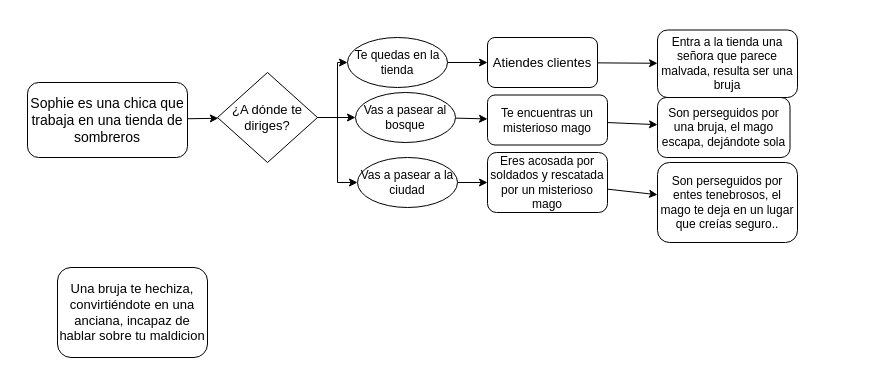
The draw.io diagram Untitled Diagram.drawio in delfinapinto/pmiw, before the edit. Source tidied: cells renumbered, new cells numbered last; positions are measured from the earlier drawing's top-left corner, leaving out a move shared by most shapes. Both pictures are drawn from the tidied source at 100%, with x=0, y=0 at pixel (27, 29).
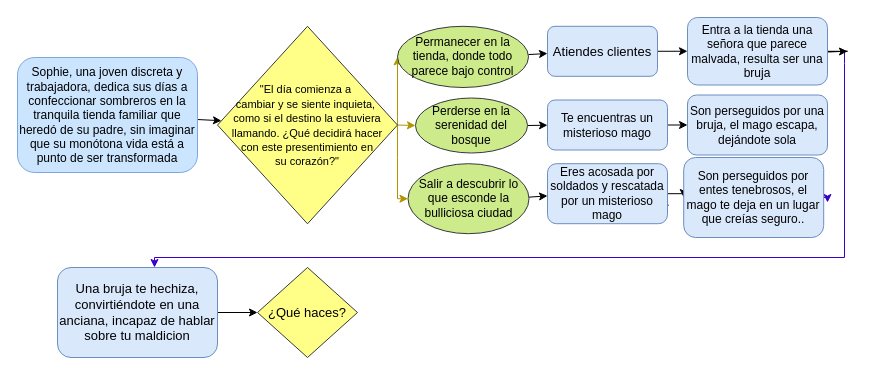
The same diagram, later.

Change to the diagram source:
```diff
@@
-    <mxCell id="2" style="rounded=0;jettySize=auto;html=1;" parent="1" edge="1" source="3" target="7">
+    <mxCell id="2" style="rounded=0;jettySize=auto;html=1;fillColor=#1ba1e2;strokeColor=#000000;" parent="1" edge="1" source="3" target="7">
       <mxGeometry relative="1" as="geometry" />
     </mxCell>
-    <mxCell id="3" value="&lt;font style=&quot;font-size: 14px;&quot;&gt;Sophie es una chica que trabaja en una tienda de sombreros&lt;/font&gt;" style="rounded=1;whiteSpace=wrap;html=1;fontSize=12;glass=0;strokeWidth=1;shadow=0;" parent="1" vertex="1">
-      <mxGeometry y="53" width="160" height="75" as="geometry" />
+    <mxCell id="3" value="Sophie, una joven discreta y trabajadora, dedica sus días a confeccionar sombreros en la tranquila tienda familiar que heredó de su padre, sin imaginar que su monótona vida está a punto de ser transformada" style="rounded=1;whiteSpace=wrap;html=1;fontSize=12;glass=0;strokeWidth=1;shadow=0;fillColor=#cce5ff;strokeColor=#7EA6E0;" parent="1" vertex="1">
+      <mxGeometry x="-10" y="28" width="180" height="115" as="geometry" />
     </mxCell>
-    <mxCell id="4" style="edgeStyle=orthogonalEdgeStyle;rounded=0;jettySize=auto;html=1;exitX=1;exitY=0.5;exitDx=0;exitDy=0;entryX=0;entryY=0.5;entryDx=0;entryDy=0;" parent="1" edge="1" source="7" target="9">
+    <mxCell id="4" style="rounded=0;jettySize=auto;html=1;exitX=1;exitY=0.5;exitDx=0;exitDy=0;entryX=0;entryY=0.5;entryDx=0;entryDy=0;fillColor=#e3c800;strokeColor=#B09500;" parent="1" edge="1" source="7" target="9">
       <mxGeometry relative="1" as="geometry" />
     </mxCell>
-    <mxCell id="5" style="rounded=0;jettySize=auto;html=1;exitX=1;exitY=0.5;exitDx=0;exitDy=0;entryX=0;entryY=0.5;entryDx=0;entryDy=0;" parent="1" edge="1" source="7" target="11">
+    <mxCell id="5" style="rounded=0;jettySize=auto;html=1;exitX=1;exitY=0.5;exitDx=0;exitDy=0;entryX=0;entryY=0.5;entryDx=0;entryDy=0;fillColor=#e3c800;strokeColor=#B09500;" parent="1" edge="1" source="7" target="11">
       <mxGeometry relative="1" as="geometry" />
     </mxCell>
-    <mxCell id="6" style="edgeStyle=orthogonalEdgeStyle;rounded=0;jettySize=auto;html=1;exitX=1;exitY=0.5;exitDx=0;exitDy=0;entryX=0;entryY=0.5;entryDx=0;entryDy=0;" parent="1" edge="1" source="7" target="13">
-      <mxGeometry relative="1" as="geometry" />
+    <mxCell id="6" style="edgeStyle=orthogonalEdgeStyle;rounded=0;jettySize=auto;html=1;exitX=1;exitY=0.5;exitDx=0;exitDy=0;entryX=0;entryY=0.5;entryDx=0;entryDy=0;fillColor=#e3c800;strokeColor=#B09500;" parent="1" edge="1" source="7" target="13">
+      <mxGeometry relative="1" as="geometry">
+        <Array as="points">
+          <mxPoint x="370" y="128" />
+          <mxPoint x="370" y="128" />
+        </Array>
+      </mxGeometry>
     </mxCell>
-    <mxCell id="7" value="&lt;font style=&quot;font-size: 13px;&quot;&gt;¿A dónde te diriges?&lt;/font&gt;" style="rhombus;whiteSpace=wrap;html=1;" parent="1" vertex="1">
-      <mxGeometry x="190" y="43" width="100" height="90" as="geometry" />
+    <mxCell id="7" value="&lt;font style=&quot;font-size: 11px;&quot;&gt;&quot;El día comienza a&amp;nbsp;&lt;/font&gt;&lt;div&gt;&lt;span style=&quot;font-size: 11px; background-color: initial;&quot;&gt;cambiar&lt;/span&gt;&lt;span style=&quot;font-size: 11px; background-color: initial;&quot;&gt;&amp;nbsp;y se siente inquieta,&amp;nbsp;&lt;/span&gt;&lt;/div&gt;&lt;div&gt;&lt;span style=&quot;font-size: 11px; background-color: initial;&quot;&gt;como si&amp;nbsp;&lt;/span&gt;&lt;span style=&quot;font-size: 11px; background-color: initial;&quot;&gt;el destino la estuviera llamando. ¿Qué decidirá hacer&lt;/span&gt;&lt;/div&gt;&lt;div&gt;&lt;span style=&quot;font-size: 11px; background-color: initial;&quot;&gt;&amp;nbsp;con este presentimiento en&amp;nbsp;&lt;/span&gt;&lt;/div&gt;&lt;div&gt;&lt;span style=&quot;font-size: 11px; background-color: initial;&quot;&gt;su corazón?&quot;&lt;/span&gt;&lt;/div&gt;" style="rhombus;whiteSpace=wrap;html=1;fillColor=#ffff88;strokeColor=#36393d;" parent="1" vertex="1">
+      <mxGeometry x="190" y="-3.2" width="180" height="197.5" as="geometry" />
     </mxCell>
-    <mxCell id="8" style="edgeStyle=orthogonalEdgeStyle;rounded=0;jettySize=auto;html=1;" parent="1" edge="1" source="9" target="15">
+    <mxCell id="8" style="rounded=0;jettySize=auto;html=1;fillColor=#60a917;strokeColor=#000000;" parent="1" edge="1" source="9" target="15">
       <mxGeometry relative="1" as="geometry" />
     </mxCell>
-    <mxCell id="9" value="Te quedas en la tienda" style="ellipse;whiteSpace=wrap;html=1;" parent="1" vertex="1">
-      <mxGeometry x="320" y="8" width="100" height="50" as="geometry" />
+    <mxCell id="9" value="Permanecer en la tienda, donde todo parece bajo control" style="ellipse;whiteSpace=wrap;html=1;fillColor=#cdeb8b;strokeColor=#36393d;" parent="1" vertex="1">
+      <mxGeometry x="370" y="-3.2" width="131" height="61.2" as="geometry" />
     </mxCell>
-    <mxCell id="10" style="rounded=0;jettySize=auto;html=1;" parent="1" edge="1" source="11" target="17">
+    <mxCell id="10" style="rounded=0;jettySize=auto;html=1;fillColor=#60a917;strokeColor=#000000;" parent="1" edge="1" source="11" target="17">
       <mxGeometry relative="1" as="geometry" />
     </mxCell>
-    <mxCell id="11" value="Vas a pasear al bosque" style="ellipse;whiteSpace=wrap;html=1;" parent="1" vertex="1">
-      <mxGeometry x="328" y="63" width="100" height="50" as="geometry" />
+    <mxCell id="11" value="Perderse en la serenidad del bosque" style="ellipse;whiteSpace=wrap;html=1;fillColor=#cdeb8b;strokeColor=#36393d;" parent="1" vertex="1">
+      <mxGeometry x="388" y="68.5" width="112" height="55" as="geometry" />
     </mxCell>
-    <mxCell id="12" style="rounded=0;jettySize=auto;html=1;" parent="1" edge="1" source="13" target="19">
+    <mxCell id="12" style="rounded=0;jettySize=auto;html=1;fillColor=#60a917;strokeColor=#000000;" parent="1" edge="1" source="13" target="19">
       <mxGeometry relative="1" as="geometry" />
     </mxCell>
-    <mxCell id="13" value="Vas a pasear a la ciudad" style="ellipse;whiteSpace=wrap;html=1;" parent="1" vertex="1">
-      <mxGeometry x="330" y="128" width="100" height="50" as="geometry" />
+    <mxCell id="13" value="Salir a descubrir lo que esconde la bulliciosa ciudad" style="ellipse;whiteSpace=wrap;html=1;fillColor=#cdeb8b;strokeColor=#36393d;" parent="1" vertex="1">
+      <mxGeometry x="380.5" y="134.2" width="121" height="70" as="geometry" />
     </mxCell>
-    <mxCell id="14" style="rounded=0;jettySize=auto;html=1;" parent="1" edge="1" source="15" target="20">
+    <mxCell id="14" style="rounded=0;jettySize=auto;html=1;entryX=0;entryY=0.5;entryDx=0;entryDy=0;" parent="1" edge="1" source="15" target="20">
       <mxGeometry relative="1" as="geometry" />
     </mxCell>
-    <mxCell id="15" value="&lt;font style=&quot;font-size: 13px;&quot;&gt;Atiendes clientes&lt;/font&gt;" style="rounded=1;whiteSpace=wrap;html=1;" parent="1" vertex="1">
-      <mxGeometry x="460" y="8" width="110" height="50" as="geometry" />
+    <mxCell id="15" value="&lt;font style=&quot;font-size: 13px;&quot;&gt;Atiendes clientes&lt;/font&gt;" style="rounded=1;whiteSpace=wrap;html=1;fillColor=#dae8fc;strokeColor=#6c8ebf;" parent="1" vertex="1">
+      <mxGeometry x="520" y="-3.2" width="110" height="50" as="geometry" />
     </mxCell>
@@
-    <mxCell id="17" value="Te encuentras un misterioso mago" style="rounded=1;whiteSpace=wrap;html=1;" parent="1" vertex="1">
-      <mxGeometry x="460" y="65.5" width="120" height="50" as="geometry" />
+    <mxCell id="17" value="Te encuentras un misterioso mago" style="rounded=1;whiteSpace=wrap;html=1;fillColor=#dae8fc;strokeColor=#6c8ebf;" parent="1" vertex="1">
+      <mxGeometry x="520" y="70.5" width="120" height="50" as="geometry" />
     </mxCell>
-    <mxCell id="18" style="rounded=0;jettySize=auto;html=1;" parent="1" edge="1" source="19" target="22">
-      <mxGeometry relative="1" as="geometry" />
+    <mxCell id="18" style="rounded=0;jettySize=auto;html=1;" parent="1" edge="1" source="19">
+      <mxGeometry relative="1" as="geometry">
+        <mxPoint x="642" y="175.9" as="targetPoint" />
+      </mxGeometry>
     </mxCell>
+    <mxCell id="24" style="edgeStyle=orthogonalEdgeStyle;rounded=0;jettySize=auto;html=1;exitX=1;exitY=0.5;exitDx=0;exitDy=0;entryX=0;entryY=0.5;entryDx=0;entryDy=0;" parent="1" edge="1" source="19" target="22">
+      <mxGeometry relative="1" as="geometry" />
+    </mxCell>
-    <mxCell id="19" value="Eres acosada por soldados y rescatada por un misterioso mago" style="rounded=1;whiteSpace=wrap;html=1;" parent="1" vertex="1">
-      <mxGeometry x="460" y="123" width="120" height="60" as="geometry" />
+    <mxCell id="19" value="Eres acosada por soldados y rescatada por un misterioso mago" style="rounded=1;whiteSpace=wrap;html=1;fillColor=#dae8fc;strokeColor=#6c8ebf;" parent="1" vertex="1">
+      <mxGeometry x="520" y="134.2" width="120" height="60" as="geometry" />
     </mxCell>
+    <mxCell id="25" style="edgeStyle=orthogonalEdgeStyle;rounded=0;orthogonalLoop=1;jettySize=auto;html=1;exitX=1;exitY=0.5;exitDx=0;exitDy=0;entryX=0.5;entryY=0;entryDx=0;entryDy=0;fillColor=#6a00ff;strokeColor=#3700CC;" parent="1" edge="1">
+      <mxGeometry relative="1" as="geometry">
+        <mxPoint x="817" y="21.8" as="sourcePoint" />
+        <mxPoint x="127" y="238" as="targetPoint" />
+        <Array as="points">
+          <mxPoint x="817" y="34" />
+          <mxPoint x="817" y="228" />
+          <mxPoint x="122" y="228" />
+        </Array>
+      </mxGeometry>
+    </mxCell>
+    <mxCell id="26" style="edgeStyle=orthogonalEdgeStyle;rounded=0;jettySize=auto;html=1;" parent="1" edge="1" source="20">
+      <mxGeometry relative="1" as="geometry">
+        <mxPoint x="820" y="21.8" as="targetPoint" />
+      </mxGeometry>
+    </mxCell>
-    <mxCell id="20" value="Entra a la tienda una señora que parece malvada, resulta ser una bruja" style="whiteSpace=wrap;html=1;rounded=1;" parent="1" vertex="1">
-      <mxGeometry x="630" y="0.5" width="140" height="67.5" as="geometry" />
+    <mxCell id="20" value="Entra a la tienda una señora que parece malvada, resulta ser una bruja" style="whiteSpace=wrap;html=1;rounded=1;fillColor=#dae8fc;strokeColor=#6c8ebf;" parent="1" vertex="1">
+      <mxGeometry x="660" y="-12" width="140" height="67.5" as="geometry" />
     </mxCell>
+    <mxCell id="27" style="rounded=0;jettySize=auto;html=1;fillColor=#6a00ff;strokeColor=#3700CC;" parent="1" edge="1" source="21">
+      <mxGeometry relative="1" as="geometry">
+        <mxPoint x="800" y="98" as="targetPoint" />
+      </mxGeometry>
+    </mxCell>
-    <mxCell id="21" value="Son perseguidos por una bruja, el mago escapa, dejándote sola" style="rounded=1;whiteSpace=wrap;html=1;" parent="1" vertex="1">
-      <mxGeometry x="630" y="68" width="132.5" height="60" as="geometry" />
+    <mxCell id="21" value="Son perseguidos por una bruja, el mago escapa, dejándote sola" style="rounded=1;whiteSpace=wrap;html=1;fillColor=#dae8fc;strokeColor=#6c8ebf;" parent="1" vertex="1">
+      <mxGeometry x="660" y="65.5" width="140" height="60" as="geometry" />
     </mxCell>
+    <mxCell id="28" style="edgeStyle=orthogonalEdgeStyle;rounded=0;jettySize=auto;html=1;exitX=1;exitY=0.5;exitDx=0;exitDy=0;fillColor=#6a00ff;strokeColor=#3700CC;" parent="1" edge="1" source="22">
+      <mxGeometry relative="1" as="geometry">
+        <mxPoint x="800" y="173" as="targetPoint" />
+      </mxGeometry>
+    </mxCell>
-    <mxCell id="22" value="Son perseguidos por entes tenebrosos, el mago te deja en un lugar  que creías seguro.." style="rounded=1;whiteSpace=wrap;html=1;" parent="1" vertex="1">
-      <mxGeometry x="630" y="133" width="140" height="80" as="geometry" />
+    <mxCell id="22" value="Son perseguidos por entes tenebrosos, el mago te deja en un lugar  que creías seguro.." style="rounded=1;whiteSpace=wrap;html=1;fillColor=#dae8fc;strokeColor=#6c8ebf;" parent="1" vertex="1">
+      <mxGeometry x="656.2" y="128" width="140" height="80" as="geometry" />
     </mxCell>
+    <mxCell id="29" style="edgeStyle=orthogonalEdgeStyle;rounded=0;jettySize=auto;html=1;exitX=1;exitY=0.5;exitDx=0;exitDy=0;entryX=0;entryY=0.5;entryDx=0;entryDy=0;" parent="1" edge="1" source="23" target="30">
+      <mxGeometry relative="1" as="geometry" />
+    </mxCell>
-    <mxCell id="23" value="&lt;font style=&quot;font-size: 13px;&quot;&gt;Una bruja te hechiza, convirtiéndote en una anciana, incapaz de hablar sobre tu maldicion&lt;/font&gt;" style="rounded=1;whiteSpace=wrap;html=1;" parent="1" vertex="1">
-      <mxGeometry x="30" y="238" width="150" height="90" as="geometry" />
+    <mxCell id="23" value="&lt;font style=&quot;font-size: 13px;&quot;&gt;Una bruja te hechiza, convirtiéndote en una anciana, incapaz de hablar sobre tu maldicion&lt;/font&gt;" style="rounded=1;whiteSpace=wrap;html=1;fillColor=#dae8fc;strokeColor=#6c8ebf;" parent="1" vertex="1">
+      <mxGeometry x="30" y="238" width="160" height="90" as="geometry" />
     </mxCell>
+    <mxCell id="30" value="&lt;span style=&quot;font-size: 13px;&quot;&gt;¿Qué haces?&lt;/span&gt;" style="rhombus;whiteSpace=wrap;html=1;fillColor=#ffff88;strokeColor=#36393d;" parent="1" vertex="1">
+      <mxGeometry x="230" y="238" width="100" height="90" as="geometry" />
+    </mxCell>
```
